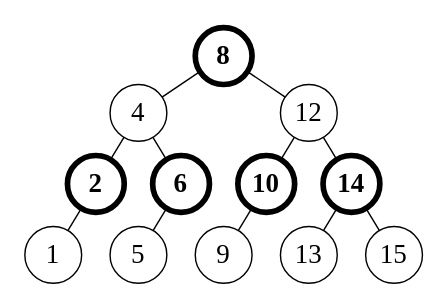
Above: 6/6-12.drawio in Wankupi/figures (draw.io), before the change. Source tidied: cells renumbered, new cells numbered last; positions are measured from the earlier drawing's top-left corner, leaving out a move shared by most shapes. Both pictures are drawn from the tidied source at 142%, with x=0, y=0 at pixel (24, 27).
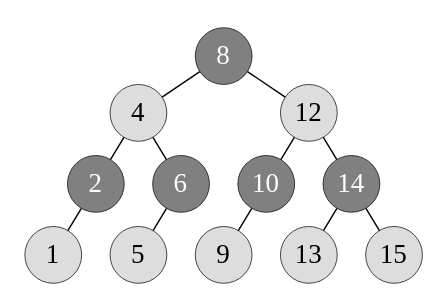
The same diagram, later.

The edit, as a diff of the source:
```diff
@@
-    <mxCell id="2" value="8" style="ellipse;whiteSpace=wrap;html=1;fontFamily=Times New Roman;fontSize=19;fontStyle=1;strokeWidth=4;" parent="1" vertex="1">
+    <mxCell id="2" value="8" style="ellipse;whiteSpace=wrap;html=1;fontFamily=Times New Roman;fontSize=19;fontStyle=0;strokeWidth=0.5;fillColor=#808080;fontColor=#FFFFFF;strokeColor=default;" parent="1" vertex="1">
       <mxGeometry x="120" width="40" height="40" as="geometry" />
     </mxCell>
-    <mxCell id="3" value="4" style="ellipse;whiteSpace=wrap;html=1;fontFamily=Times New Roman;fontSize=19;strokeWidth=1;fontStyle=0;" parent="1" vertex="1">
+    <mxCell id="3" value="4" style="ellipse;whiteSpace=wrap;html=1;fontFamily=Times New Roman;fontSize=19;strokeWidth=0.5;fontStyle=0;strokeColor=default;fillColor=#DDD;" parent="1" vertex="1">
       <mxGeometry x="60" y="40" width="40" height="40" as="geometry" />
     </mxCell>
-    <mxCell id="4" style="edgeStyle=none;html=1;endArrow=none;endFill=0;" parent="1" edge="1" source="2" target="3">
+    <mxCell id="4" style="edgeStyle=none;html=1;endArrow=none;endFill=0;strokeWidth=1;fontFamily=Times New Roman;fontStyle=0;" parent="1" edge="1" source="2" target="3">
       <mxGeometry relative="1" as="geometry" />
     </mxCell>
-    <mxCell id="5" value="2" style="ellipse;whiteSpace=wrap;html=1;fontFamily=Times New Roman;fontSize=19;strokeWidth=4;fontStyle=1;" parent="1" vertex="1">
+    <mxCell id="5" value="2" style="ellipse;whiteSpace=wrap;html=1;fontFamily=Times New Roman;fontSize=19;strokeWidth=0.5;fontStyle=0;strokeColor=default;fillColor=#808080;fontColor=#FFFFFF;" parent="1" vertex="1">
       <mxGeometry x="30" y="90" width="40" height="40" as="geometry" />
     </mxCell>
-    <mxCell id="6" style="edgeStyle=none;html=1;endArrow=none;endFill=0;" parent="1" edge="1" source="3" target="5">
+    <mxCell id="6" style="edgeStyle=none;html=1;endArrow=none;endFill=0;strokeWidth=1;fontFamily=Times New Roman;fontStyle=0;" parent="1" edge="1" source="3" target="5">
       <mxGeometry relative="1" as="geometry" />
     </mxCell>
-    <mxCell id="7" style="edgeStyle=none;html=1;endArrow=none;endFill=0;" parent="1" edge="1" source="8" target="24">
+    <mxCell id="7" style="edgeStyle=none;html=1;endArrow=none;endFill=0;strokeWidth=1;fontFamily=Times New Roman;fontStyle=0;" parent="1" edge="1" source="8" target="24">
       <mxGeometry relative="1" as="geometry" />
     </mxCell>
-    <mxCell id="8" value="6" style="ellipse;whiteSpace=wrap;html=1;fontFamily=Times New Roman;fontSize=19;strokeWidth=4;fontStyle=1;" parent="1" vertex="1">
+    <mxCell id="8" value="6" style="ellipse;whiteSpace=wrap;html=1;fontFamily=Times New Roman;fontSize=19;strokeWidth=0.5;fontStyle=0;strokeColor=default;fillColor=#808080;fontColor=#FFFFFF;" parent="1" vertex="1">
       <mxGeometry x="90" y="90" width="40" height="40" as="geometry" />
     </mxCell>
-    <mxCell id="9" style="edgeStyle=none;html=1;endArrow=none;endFill=0;" parent="1" edge="1" source="3" target="8">
+    <mxCell id="9" style="edgeStyle=none;html=1;endArrow=none;endFill=0;strokeWidth=1;fontFamily=Times New Roman;fontStyle=0;" parent="1" edge="1" source="3" target="8">
       <mxGeometry relative="1" as="geometry" />
     </mxCell>
-    <mxCell id="10" value="12" style="ellipse;whiteSpace=wrap;html=1;fontFamily=Times New Roman;fontSize=19;strokeWidth=1;fontStyle=0;" parent="1" vertex="1">
+    <mxCell id="10" value="12" style="ellipse;whiteSpace=wrap;html=1;fontFamily=Times New Roman;fontSize=19;strokeWidth=0.5;fontStyle=0;fillColor=#DDD;strokeColor=default;" parent="1" vertex="1">
       <mxGeometry x="180" y="40" width="40" height="40" as="geometry" />
     </mxCell>
-    <mxCell id="11" style="edgeStyle=none;html=1;endArrow=none;endFill=0;" parent="1" edge="1" source="2" target="10">
+    <mxCell id="11" style="edgeStyle=none;html=1;endArrow=none;endFill=0;strokeWidth=1;fontFamily=Times New Roman;fontStyle=0;" parent="1" edge="1" source="2" target="10">
       <mxGeometry relative="1" as="geometry" />
     </mxCell>
-    <mxCell id="12" value="9" style="ellipse;whiteSpace=wrap;html=1;fontFamily=Times New Roman;fontSize=19;strokeWidth=1;fontStyle=0;" parent="1" vertex="1">
+    <mxCell id="12" value="9" style="ellipse;whiteSpace=wrap;html=1;fontFamily=Times New Roman;fontSize=19;strokeWidth=0.5;fontStyle=0;strokeColor=default;fillColor=#DDD;" parent="1" vertex="1">
       <mxGeometry x="120" y="140" width="40" height="40" as="geometry" />
     </mxCell>
-    <mxCell id="13" value="13" style="ellipse;whiteSpace=wrap;html=1;fontFamily=Times New Roman;fontSize=19;strokeWidth=1;fontStyle=0;" parent="1" vertex="1">
+    <mxCell id="13" value="13" style="ellipse;whiteSpace=wrap;html=1;fontFamily=Times New Roman;fontSize=19;strokeWidth=0.5;fontStyle=0;strokeColor=default;fillColor=#DDD;" parent="1" vertex="1">
       <mxGeometry x="180" y="140" width="40" height="40" as="geometry" />
     </mxCell>
-    <mxCell id="14" value="15" style="ellipse;whiteSpace=wrap;html=1;fontFamily=Times New Roman;fontSize=19;strokeWidth=1;fontStyle=0;" parent="1" vertex="1">
+    <mxCell id="14" value="15" style="ellipse;whiteSpace=wrap;html=1;fontFamily=Times New Roman;fontSize=19;strokeWidth=0.5;fontStyle=0;strokeColor=default;fillColor=#DDD;" parent="1" vertex="1">
       <mxGeometry x="240" y="140" width="40" height="40" as="geometry" />
     </mxCell>
-    <mxCell id="15" style="edgeStyle=none;html=1;endArrow=none;endFill=0;" parent="1" edge="1" source="16" target="12">
+    <mxCell id="15" style="edgeStyle=none;html=1;endArrow=none;endFill=0;strokeWidth=1;fontFamily=Times New Roman;fontStyle=0;" parent="1" edge="1" source="16" target="12">
       <mxGeometry relative="1" as="geometry" />
     </mxCell>
-    <mxCell id="16" value="10" style="ellipse;whiteSpace=wrap;html=1;fontFamily=Times New Roman;fontSize=19;strokeWidth=4;fillStyle=auto;fillColor=#FFFFFF;fontStyle=1;" parent="1" vertex="1">
+    <mxCell id="16" value="10" style="ellipse;whiteSpace=wrap;html=1;fontFamily=Times New Roman;fontSize=19;strokeWidth=0.5;fillStyle=auto;fillColor=#808080;fontStyle=0;strokeColor=default;fontColor=#FFFFFF;" parent="1" vertex="1">
       <mxGeometry x="150" y="90" width="40" height="40" as="geometry" />
     </mxCell>
-    <mxCell id="17" style="edgeStyle=none;html=1;endArrow=none;endFill=0;" parent="1" edge="1" source="10" target="16">
+    <mxCell id="17" style="edgeStyle=none;html=1;endArrow=none;endFill=0;strokeWidth=1;fontFamily=Times New Roman;fontStyle=0;" parent="1" edge="1" source="10" target="16">
       <mxGeometry relative="1" as="geometry" />
     </mxCell>
-    <mxCell id="18" style="edgeStyle=none;html=1;endArrow=none;endFill=0;" parent="1" edge="1" source="20" target="13">
+    <mxCell id="18" style="edgeStyle=none;html=1;endArrow=none;endFill=0;strokeWidth=1;fontFamily=Times New Roman;fontStyle=0;" parent="1" edge="1" source="20" target="13">
       <mxGeometry relative="1" as="geometry" />
     </mxCell>
-    <mxCell id="19" style="edgeStyle=none;html=1;endArrow=none;endFill=0;" parent="1" edge="1" source="20" target="14">
+    <mxCell id="19" style="edgeStyle=none;html=1;endArrow=none;endFill=0;strokeWidth=1;fontFamily=Times New Roman;fontStyle=0;" parent="1" edge="1" source="20" target="14">
       <mxGeometry relative="1" as="geometry" />
     </mxCell>
-    <mxCell id="20" value="14" style="ellipse;whiteSpace=wrap;html=1;fontFamily=Times New Roman;fontSize=19;strokeWidth=4;fillStyle=auto;fillColor=#FFFFFF;fontStyle=1;" parent="1" vertex="1">
+    <mxCell id="20" value="14" style="ellipse;whiteSpace=wrap;html=1;fontFamily=Times New Roman;fontSize=19;strokeWidth=0.5;fillStyle=auto;fillColor=#808080;fontStyle=0;strokeColor=default;fontColor=#FFFFFF;" parent="1" vertex="1">
       <mxGeometry x="210" y="90" width="40" height="40" as="geometry" />
     </mxCell>
-    <mxCell id="21" style="edgeStyle=none;html=1;endArrow=none;endFill=0;" parent="1" edge="1" source="10" target="20">
+    <mxCell id="21" style="edgeStyle=none;html=1;endArrow=none;endFill=0;strokeWidth=1;fontFamily=Times New Roman;fontStyle=0;" parent="1" edge="1" source="10" target="20">
       <mxGeometry relative="1" as="geometry" />
     </mxCell>
-    <mxCell id="22" value="1" style="ellipse;whiteSpace=wrap;html=1;fontFamily=Times New Roman;fontSize=19;strokeWidth=1;fillStyle=auto;fillColor=#FFFFFF;fontStyle=0;" parent="1" vertex="1">
+    <mxCell id="22" value="1" style="ellipse;whiteSpace=wrap;html=1;fontFamily=Times New Roman;fontSize=19;strokeWidth=0.5;fillStyle=auto;fillColor=#DDD;fontStyle=0;strokeColor=default;" parent="1" vertex="1">
       <mxGeometry y="140" width="40" height="40" as="geometry" />
     </mxCell>
-    <mxCell id="23" style="edgeStyle=none;html=1;endArrow=none;endFill=0;" parent="1" edge="1" source="5" target="22">
+    <mxCell id="23" style="edgeStyle=none;html=1;endArrow=none;endFill=0;strokeWidth=1;fontFamily=Times New Roman;fontStyle=0;" parent="1" edge="1" source="5" target="22">
       <mxGeometry relative="1" as="geometry" />
     </mxCell>
-    <mxCell id="24" value="5" style="ellipse;whiteSpace=wrap;html=1;fontFamily=Times New Roman;fontSize=19;strokeWidth=1;fillStyle=auto;fillColor=#FFFFFF;fontStyle=0;" parent="1" vertex="1">
+    <mxCell id="24" value="5" style="ellipse;whiteSpace=wrap;html=1;fontFamily=Times New Roman;fontSize=19;strokeWidth=0.5;fillStyle=auto;fillColor=#DDD;fontStyle=0;strokeColor=default;" parent="1" vertex="1">
       <mxGeometry x="60" y="140" width="40" height="40" as="geometry" />
     </mxCell>
```
